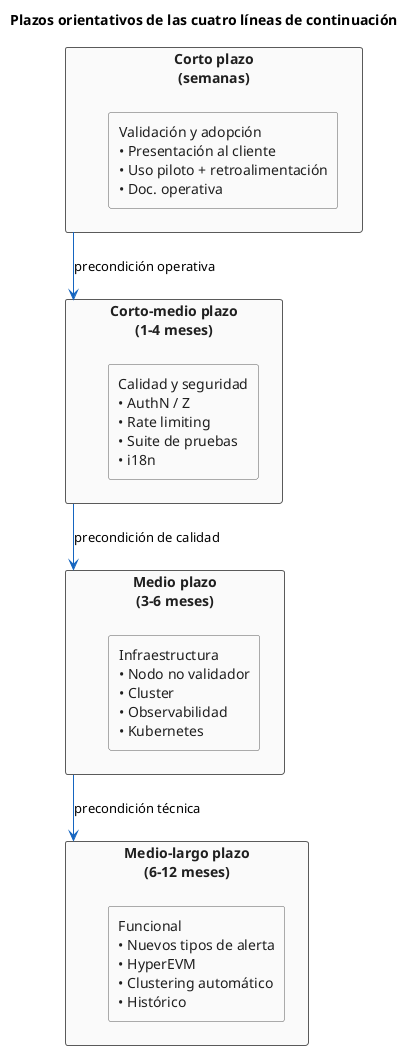
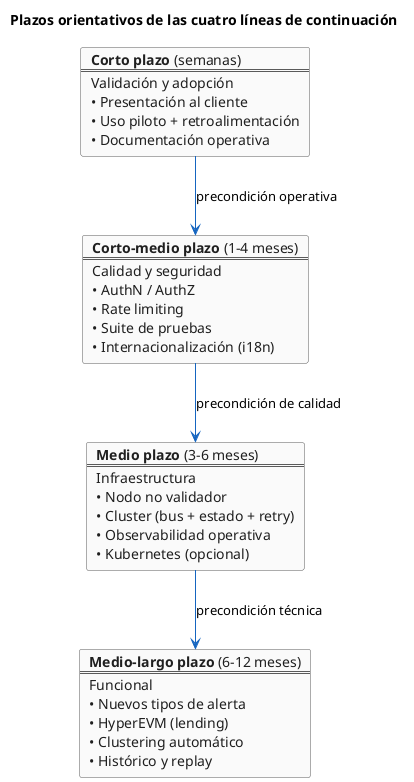
@startuml

skinparam shadowing false
- skinparam rectangle {
+ skinparam card {
  BackgroundColor #FAFAFA
  BorderColor #5A5A5A
  FontColor #1F1F1F
}
hide stereotype

title Plazos orientativos de las cuatro líneas de continuación

- rectangle "Corto plazo\n(semanas)" as P1 {
-   rectangle "Validación y adopción\n• Presentación al cliente\n• Uso piloto + retroalimentación\n• Doc. operativa" as L1
- }
+ card P1 [
+ **Corto plazo** (semanas)
+ ====
+ Validación y adopción
+ • Presentación al cliente
+ • Uso piloto + retroalimentación
+ • Documentación operativa
+ ]

- rectangle "Corto-medio plazo\n(1–4 meses)" as P2 {
-   rectangle "Calidad y seguridad\n• AuthN / Z\n• Rate limiting\n• Suite de pruebas\n• i18n" as L2
- }
+ card P2 [
+ **Corto-medio plazo** (1–4 meses)
+ ====
+ Calidad y seguridad
+ • AuthN / AuthZ
+ • Rate limiting
+ • Suite de pruebas
+ • Internacionalización (i18n)
+ ]

- rectangle "Medio plazo\n(3–6 meses)" as P3 {
-   rectangle "Infraestructura\n• Nodo no validador\n• Cluster\n• Observabilidad\n• Kubernetes" as L3
- }
+ card P3 [
+ **Medio plazo** (3–6 meses)
+ ====
+ Infraestructura
+ • Nodo no validador
+ • Cluster (bus + estado + retry)
+ • Observabilidad operativa
+ • Kubernetes (opcional)
+ ]

- rectangle "Medio-largo plazo\n(6–12 meses)" as P4 {
-   rectangle "Funcional\n• Nuevos tipos de alerta\n• HyperEVM\n• Clustering automático\n• Histórico" as L4
- }
+ card P4 [
+ **Medio-largo plazo** (6–12 meses)
+ ====
+ Funcional
+ • Nuevos tipos de alerta
+ • HyperEVM (lending)
+ • Clustering automático
+ • Histórico y replay
+ ]

P1 -[#1565C0]-> P2 : precondición operativa
P2 -[#1565C0]-> P3 : precondición de calidad
P3 -[#1565C0]-> P4 : precondición técnica

@enduml
